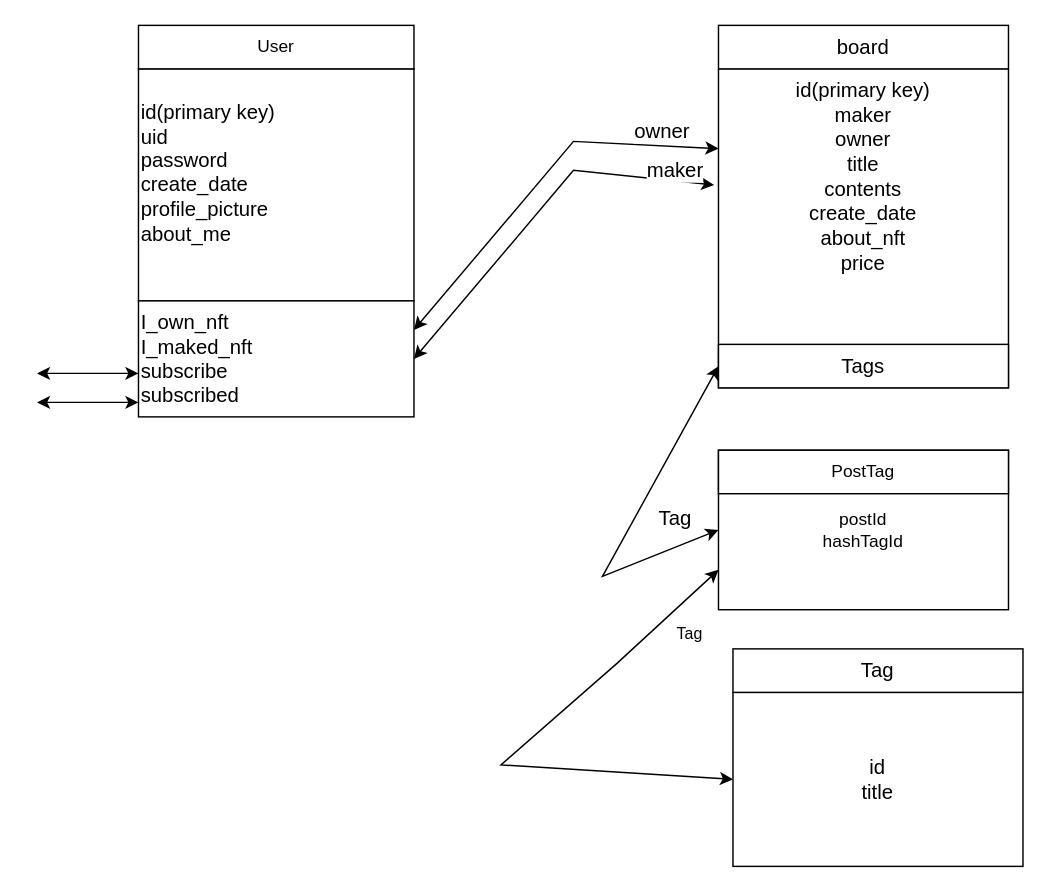
The draw.io diagram resdatabase.drawio in lectykim/emmateritory, before the edit. Source tidied: cells renumbered, new cells numbered last; positions are measured from the earlier drawing's top-left corner, leaving out a move shared by most shapes. Both pictures are drawn from the tidied source at 145%, with x=0, y=0 at pixel (36, 25).
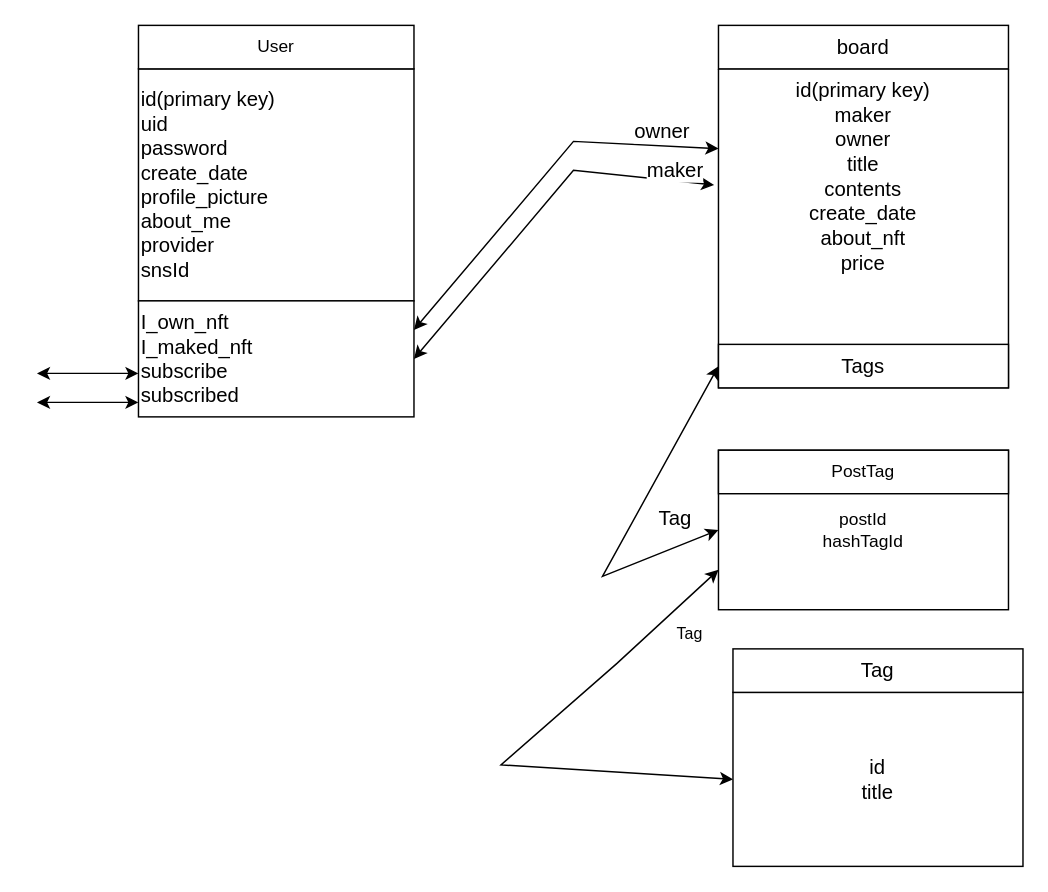
After the change.

Change to the diagram source:
```diff
@@
-    <mxCell id="2" value="&lt;div style=&quot;font-size: 14px;&quot;&gt;&lt;div style=&quot;&quot;&gt;&lt;span style=&quot;background-color: initial;&quot;&gt;id(primary key)&lt;/span&gt;&lt;/div&gt;&lt;font style=&quot;font-size: 14px;&quot;&gt;&lt;div style=&quot;&quot;&gt;&lt;span style=&quot;background-color: initial;&quot;&gt;uid&lt;/span&gt;&lt;/div&gt;&lt;span style=&quot;background-color: initial;&quot;&gt;&lt;div style=&quot;&quot;&gt;&lt;span style=&quot;background-color: initial;&quot;&gt;password&lt;/span&gt;&lt;/div&gt;&lt;/span&gt;&lt;/font&gt;&lt;/div&gt;&lt;div style=&quot;font-size: 14px;&quot;&gt;create_date&lt;/div&gt;&lt;div style=&quot;font-size: 14px;&quot;&gt;profile_picture&lt;/div&gt;&lt;div style=&quot;font-size: 14px;&quot;&gt;about_me&lt;/div&gt;&lt;div style=&quot;font-size: 14px;&quot;&gt;&lt;br&gt;&lt;/div&gt;" style="rounded=0;whiteSpace=wrap;html=1;align=left;" parent="1" vertex="1">
+    <mxCell id="2" value="&lt;div style=&quot;font-size: 14px;&quot;&gt;&lt;div style=&quot;&quot;&gt;&lt;span style=&quot;background-color: initial;&quot;&gt;id(primary key)&lt;/span&gt;&lt;/div&gt;&lt;font style=&quot;font-size: 14px;&quot;&gt;&lt;div style=&quot;&quot;&gt;&lt;span style=&quot;background-color: initial;&quot;&gt;uid&lt;/span&gt;&lt;/div&gt;&lt;span style=&quot;background-color: initial;&quot;&gt;&lt;div style=&quot;&quot;&gt;&lt;span style=&quot;background-color: initial;&quot;&gt;password&lt;/span&gt;&lt;/div&gt;&lt;/span&gt;&lt;/font&gt;&lt;/div&gt;&lt;div style=&quot;font-size: 14px;&quot;&gt;create_date&lt;/div&gt;&lt;div style=&quot;font-size: 14px;&quot;&gt;profile_picture&lt;/div&gt;&lt;div style=&quot;font-size: 14px;&quot;&gt;about_me&lt;/div&gt;&lt;div style=&quot;font-size: 14px;&quot;&gt;provider&lt;/div&gt;&lt;div style=&quot;font-size: 14px;&quot;&gt;snsId&lt;/div&gt;" style="rounded=0;whiteSpace=wrap;html=1;align=left;" parent="1" vertex="1">
       <mxGeometry x="70" y="30" width="190" height="160" as="geometry" />
     </mxCell>
```
